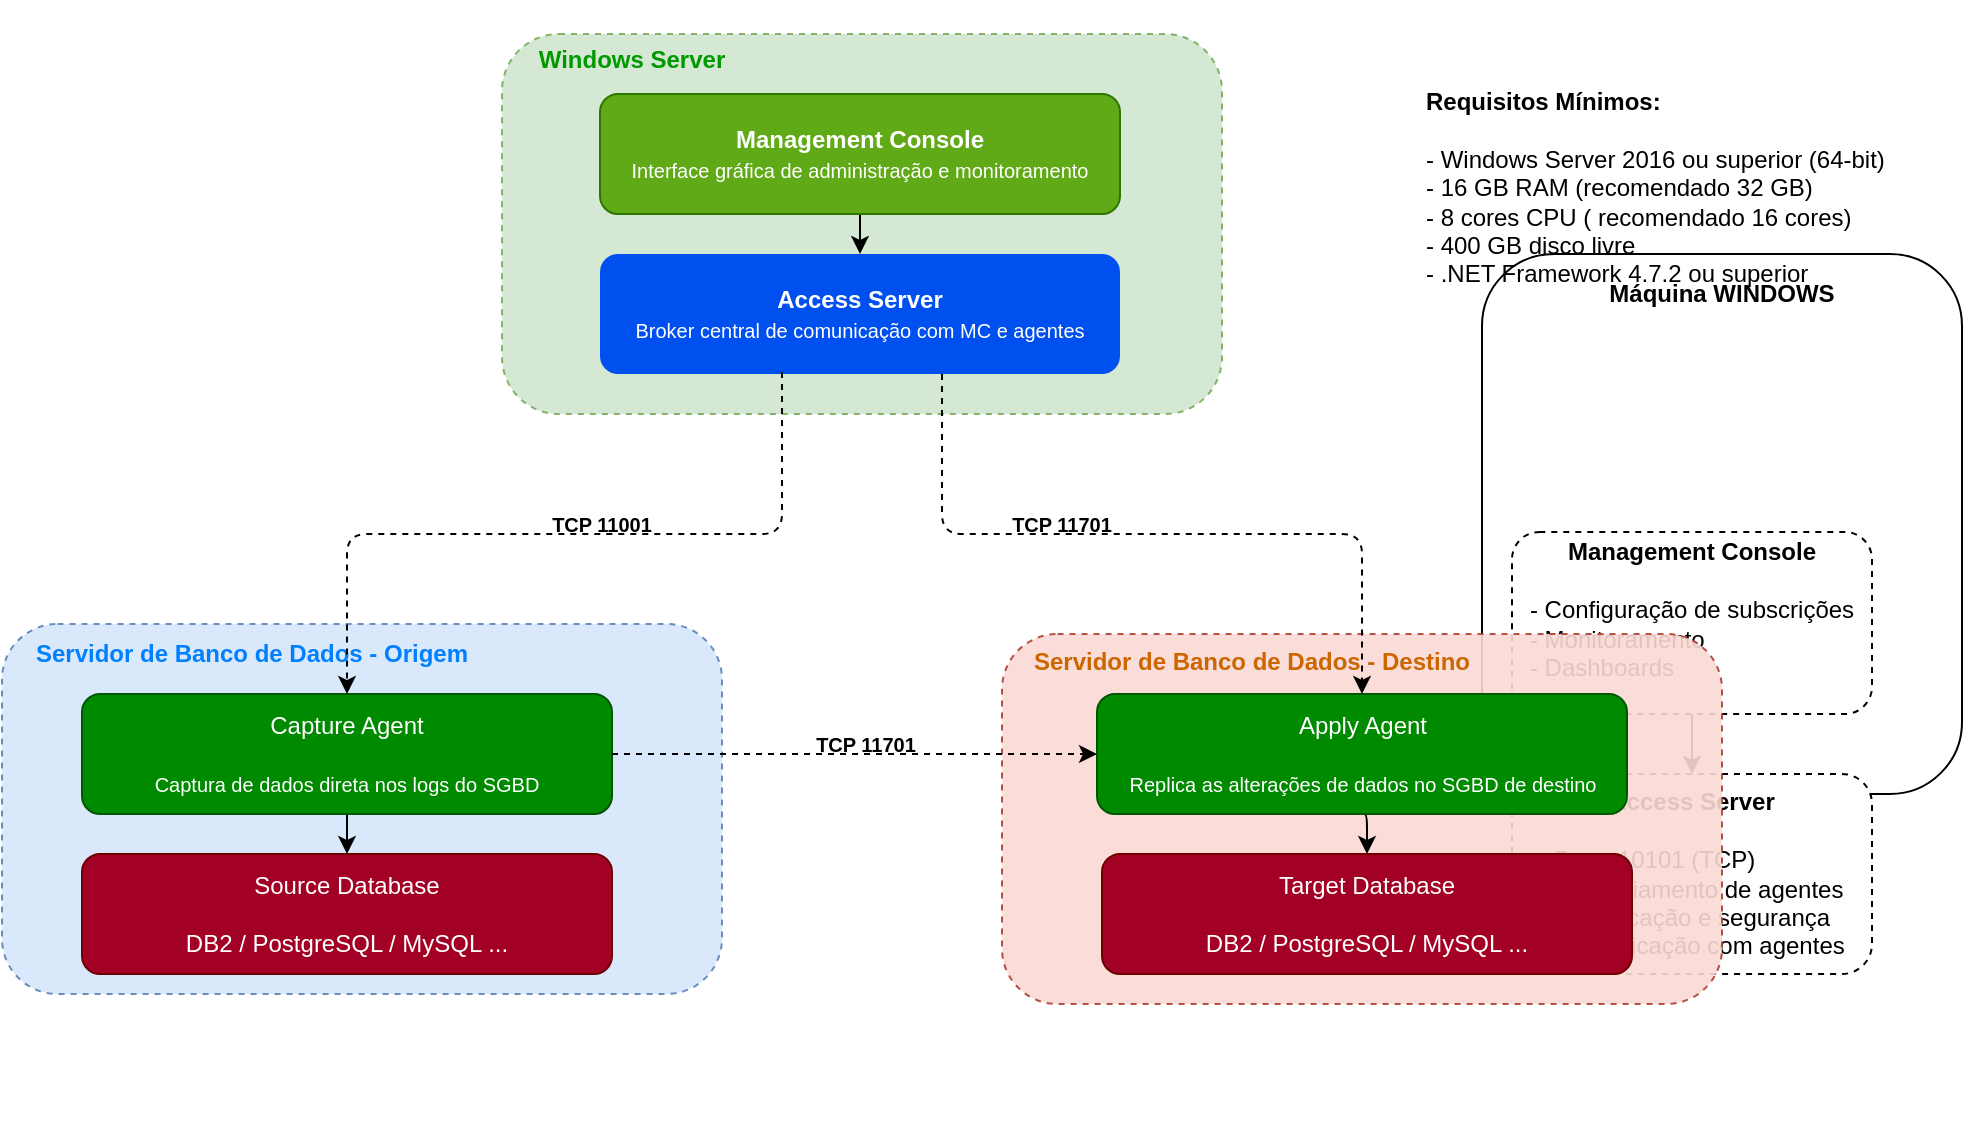
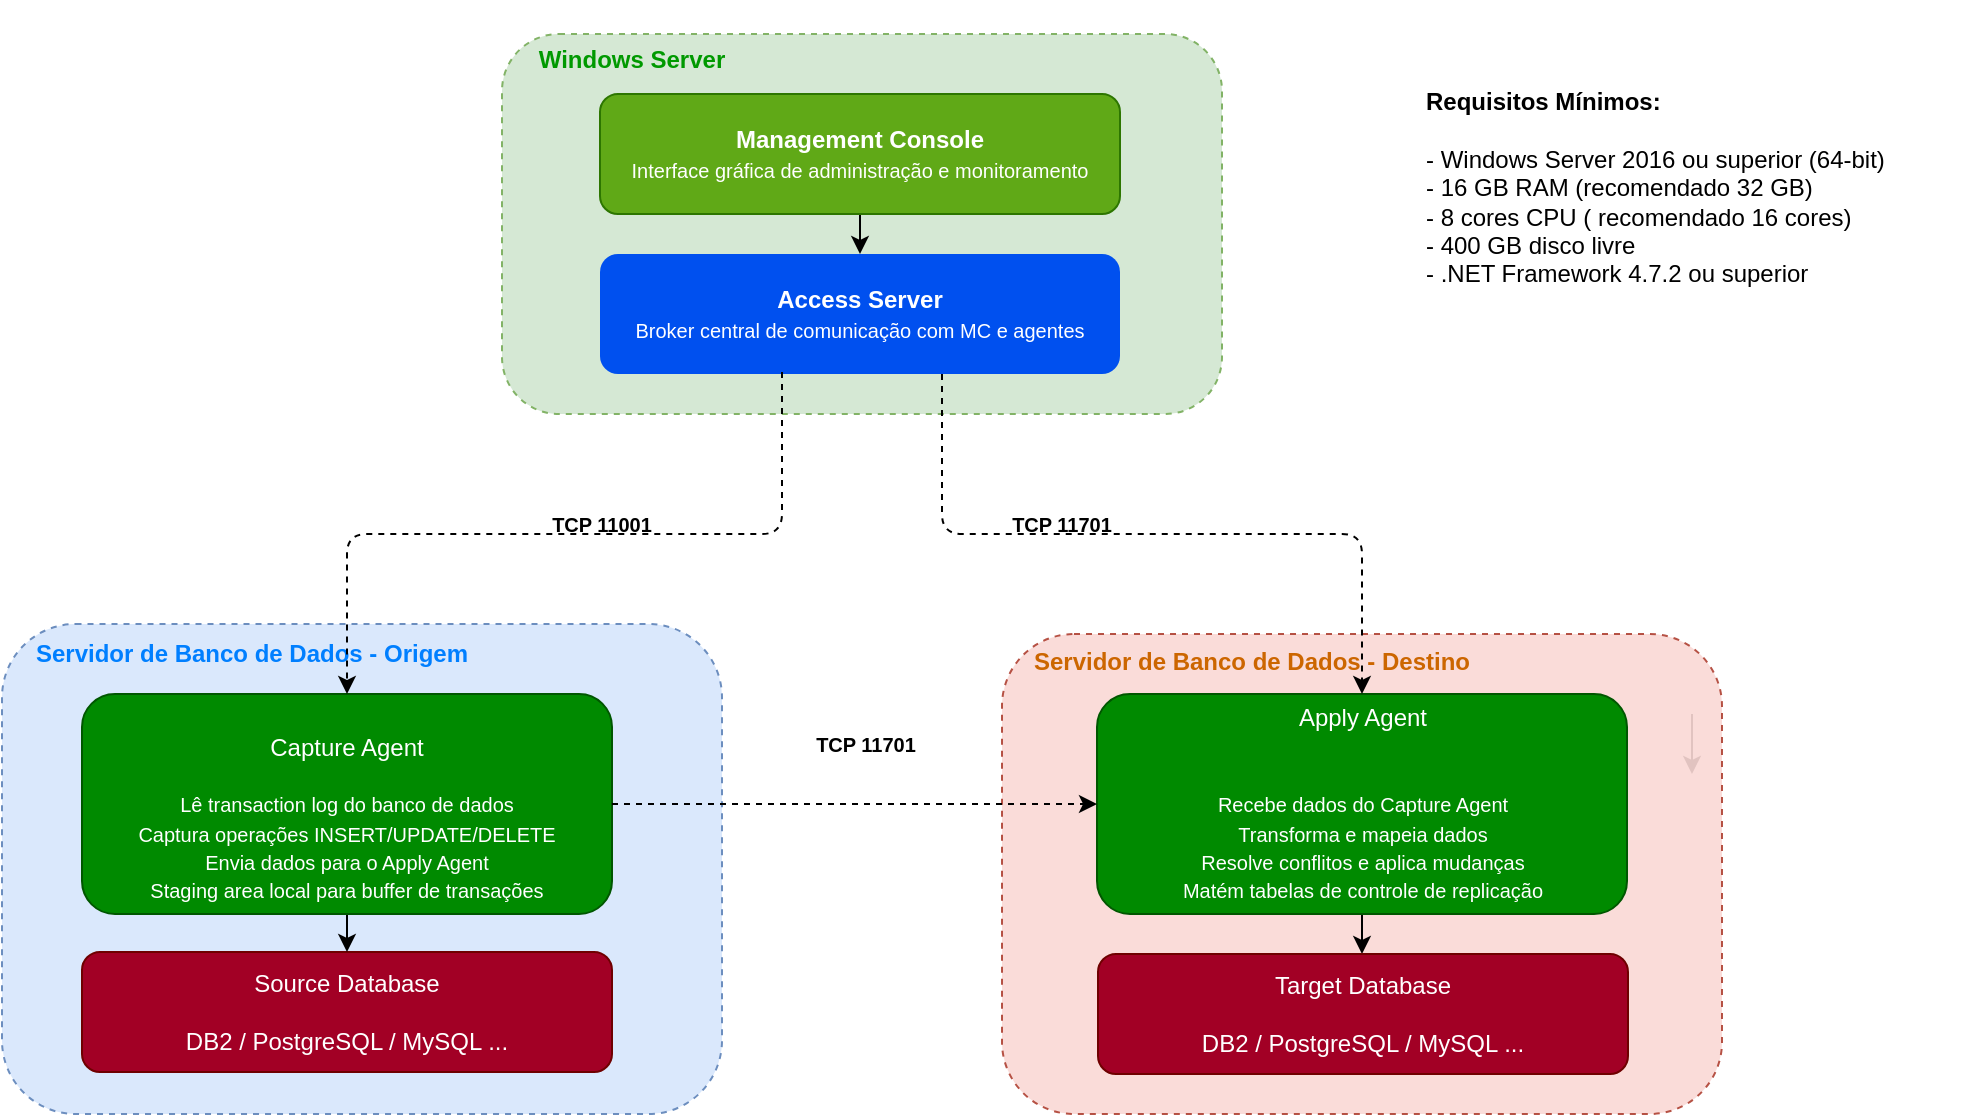
<mxfile host="app.diagrams.net">
  <diagram name="Page-1" id="ufLM51pSvgMN4Yb4cNfk">
    <mxGraphModel dx="1414" dy="766" grid="1" gridSize="10" guides="1" tooltips="1" connect="1" arrows="1" fold="1" page="1" pageScale="1" pageWidth="1169" pageHeight="827" math="0" shadow="0">
      <root>
        <mxCell id="0" />
        <mxCell id="1" parent="0" />
-         <mxCell id="JlA0C_7pM_n0fd6ZD8XW-1" parent="1" style="rounded=1;whiteSpace=wrap;html=1;" value="&lt;div&gt;&lt;b&gt;&lt;br&gt;&lt;/b&gt;&lt;/div&gt;&lt;b&gt;&lt;div&gt;&lt;b&gt;&lt;br&gt;&lt;/b&gt;&lt;/div&gt;Máquina WINDOWS&lt;/b&gt;&lt;div&gt;&lt;b&gt;&lt;br&gt;&lt;/b&gt;&lt;div&gt;&lt;div&gt;&lt;b&gt;&lt;br&gt;&lt;/b&gt;&lt;/div&gt;&lt;div&gt;&lt;b&gt;&lt;br&gt;&lt;/b&gt;&lt;/div&gt;&lt;div&gt;&lt;b&gt;&lt;br&gt;&lt;/b&gt;&lt;/div&gt;&lt;div&gt;&lt;b&gt;&lt;br&gt;&lt;/b&gt;&lt;/div&gt;&lt;div&gt;&lt;b&gt;&lt;br&gt;&lt;/b&gt;&lt;/div&gt;&lt;div&gt;&lt;b&gt;&lt;br&gt;&lt;/b&gt;&lt;/div&gt;&lt;div&gt;&lt;b&gt;&lt;br&gt;&lt;/b&gt;&lt;/div&gt;&lt;div&gt;&lt;b&gt;&lt;br&gt;&lt;/b&gt;&lt;/div&gt;&lt;div&gt;&lt;b&gt;&lt;br&gt;&lt;/b&gt;&lt;/div&gt;&lt;div&gt;&lt;b&gt;&lt;br&gt;&lt;/b&gt;&lt;/div&gt;&lt;div&gt;&lt;b&gt;&lt;br&gt;&lt;/b&gt;&lt;/div&gt;&lt;div&gt;&lt;b&gt;&lt;br&gt;&lt;/b&gt;&lt;/div&gt;&lt;div&gt;&lt;b&gt;&lt;br&gt;&lt;/b&gt;&lt;/div&gt;&lt;div&gt;&lt;b&gt;&lt;br&gt;&lt;/b&gt;&lt;/div&gt;&lt;div&gt;&lt;b&gt;&lt;br&gt;&lt;/b&gt;&lt;/div&gt;&lt;div&gt;&lt;b&gt;&lt;br&gt;&lt;/b&gt;&lt;/div&gt;&lt;div&gt;&lt;br&gt;&lt;/div&gt;&lt;/div&gt;&lt;/div&gt;" vertex="1">
-           <mxGeometry height="270" width="240" x="910" y="210" as="geometry" />
+         <mxCell id="JlA0C_7pM_n0fd6ZD8XW-12" edge="1" parent="1" style="edgeStyle=orthogonalEdgeStyle;rounded=1;orthogonalLoop=1;jettySize=auto;html=1;" value="">
+           <mxGeometry relative="1" as="geometry">
+             <mxPoint x="1015" y="440" as="sourcePoint" />
+             <mxPoint x="1015" y="470" as="targetPoint" />
+           </mxGeometry>
        </mxCell>
-         <mxCell id="JlA0C_7pM_n0fd6ZD8XW-12" edge="1" parent="1" source="JlA0C_7pM_n0fd6ZD8XW-5" style="edgeStyle=orthogonalEdgeStyle;rounded=1;orthogonalLoop=1;jettySize=auto;html=1;" target="JlA0C_7pM_n0fd6ZD8XW-8" value="">
-           <mxGeometry relative="1" as="geometry" />
-         </mxCell>
-         <mxCell id="JlA0C_7pM_n0fd6ZD8XW-5" parent="1" style="rounded=1;whiteSpace=wrap;html=1;dashed=1;" value="&lt;div&gt;&lt;br class=&quot;Apple-interchange-newline&quot;&gt;&lt;br&gt;&lt;/div&gt;&lt;div&gt;&lt;br&gt;&lt;/div&gt;&lt;div&gt;&lt;br&gt;&lt;/div&gt;&lt;b&gt;&lt;div&gt;&lt;b&gt;&lt;br&gt;&lt;/b&gt;&lt;/div&gt;Management Console&lt;/b&gt;&lt;div&gt;&lt;span style=&quot;background-color: transparent; color: light-dark(rgb(0, 0, 0), rgb(255, 255, 255)); text-align: left;&quot;&gt;&lt;br&gt;&lt;/span&gt;&lt;/div&gt;&lt;div&gt;&lt;span style=&quot;background-color: transparent; color: light-dark(rgb(0, 0, 0), rgb(255, 255, 255)); text-align: left;&quot;&gt;- Configuração de subscrições&lt;/span&gt;&lt;/div&gt;&lt;div style=&quot;text-align: left;&quot;&gt;- Monitoramento&lt;/div&gt;&lt;div style=&quot;text-align: left;&quot;&gt;- Dashboards&lt;/div&gt;&lt;div&gt;&lt;br&gt;&lt;/div&gt;&lt;div&gt;&lt;br&gt;&lt;/div&gt;&lt;div&gt;&lt;br&gt;&lt;/div&gt;&lt;div&gt;&lt;br&gt;&lt;/div&gt;&lt;div&gt;&lt;br&gt;&lt;/div&gt;&lt;div&gt;&lt;br&gt;&lt;/div&gt;" vertex="1">
-           <mxGeometry height="91" width="180" x="925" y="349" as="geometry" />
-         </mxCell>
-         <mxCell id="JlA0C_7pM_n0fd6ZD8XW-6" edge="1" parent="1" source="JlA0C_7pM_n0fd6ZD8XW-5" style="edgeStyle=orthogonalEdgeStyle;rounded=1;orthogonalLoop=1;jettySize=auto;html=1;exitX=0.5;exitY=1;exitDx=0;exitDy=0;" target="JlA0C_7pM_n0fd6ZD8XW-5">
-           <mxGeometry relative="1" as="geometry" />
-         </mxCell>
-         <mxCell id="JlA0C_7pM_n0fd6ZD8XW-8" parent="1" style="rounded=1;whiteSpace=wrap;html=1;dashed=1;" value="&lt;div&gt;&lt;br class=&quot;Apple-interchange-newline&quot;&gt;&lt;br&gt;&lt;/div&gt;&lt;div&gt;&lt;br&gt;&lt;/div&gt;&lt;div&gt;&lt;br&gt;&lt;/div&gt;&lt;div&gt;&lt;br&gt;&lt;/div&gt;&lt;b&gt;&lt;div&gt;&lt;b&gt;&lt;br&gt;&lt;/b&gt;&lt;/div&gt;Access Server&lt;br&gt;&lt;/b&gt;&lt;div&gt;&lt;br&gt;&lt;/div&gt;&lt;div style=&quot;text-align: left;&quot;&gt;- Porta 10101 (TCP)&lt;/div&gt;&lt;div style=&quot;text-align: left;&quot;&gt;- Gerenciamento de agentes&lt;/div&gt;&lt;div style=&quot;text-align: left;&quot;&gt;- Autenticação e segurança&lt;/div&gt;&lt;div style=&quot;text-align: left;&quot;&gt;- Comunicação com agentes&lt;/div&gt;&lt;div&gt;&lt;br&gt;&lt;/div&gt;&lt;div&gt;&lt;br&gt;&lt;/div&gt;&lt;div&gt;&lt;br&gt;&lt;/div&gt;&lt;div&gt;&lt;br&gt;&lt;/div&gt;&lt;div&gt;&lt;br&gt;&lt;/div&gt;&lt;div&gt;&lt;br&gt;&lt;/div&gt;" vertex="1">
-           <mxGeometry height="100" width="180" x="925" y="470" as="geometry" />
+         <mxCell id="JlA0C_7pM_n0fd6ZD8XW-6" edge="1" parent="1" style="edgeStyle=orthogonalEdgeStyle;rounded=1;orthogonalLoop=1;jettySize=auto;html=1;exitX=0.5;exitY=1;exitDx=0;exitDy=0;">
+           <mxGeometry relative="1" as="geometry">
+             <mxPoint x="1015" y="440" as="sourcePoint" />
+             <mxPoint x="1015" y="440" as="targetPoint" />
+           </mxGeometry>
        </mxCell>
        <mxCell id="JlA0C_7pM_n0fd6ZD8XW-11" parent="1" style="text;html=1;whiteSpace=wrap;strokeColor=none;fillColor=none;align=left;verticalAlign=middle;rounded=1;" value="&lt;b&gt;Requisitos Mínimos:&amp;nbsp;&lt;/b&gt;&lt;div&gt;&lt;br&gt;&lt;div&gt;- Windows Server 2016 ou superior (64-bit)&lt;/div&gt;&lt;div&gt;- 16 GB RAM (recomendado 32 GB)&lt;/div&gt;&lt;div&gt;- 8 cores CPU ( recomendado 16 cores)&lt;/div&gt;&lt;div&gt;- 400 GB disco livre&lt;/div&gt;&lt;div&gt;- .NET Framework 4.7.2 ou superior&lt;/div&gt;&lt;/div&gt;" vertex="1">
          <mxGeometry height="94" width="270" x="880" y="130" as="geometry" />
        </mxCell>
        <mxCell id="tYhzWE4TQe1GP2W0sffB-1" parent="1" style="rounded=1;whiteSpace=wrap;html=1;fillColor=#d5e8d4;strokeColor=#82b366;dashed=1;" value="" vertex="1">
          <mxGeometry height="190" width="360" x="420" y="100" as="geometry" />
        </mxCell>
        <mxCell id="tYhzWE4TQe1GP2W0sffB-25" edge="1" parent="1" source="tYhzWE4TQe1GP2W0sffB-2" style="edgeStyle=orthogonalEdgeStyle;rounded=1;orthogonalLoop=1;jettySize=auto;html=1;exitX=0.5;exitY=1;exitDx=0;exitDy=0;entryX=0.5;entryY=0;entryDx=0;entryDy=0;" target="tYhzWE4TQe1GP2W0sffB-3">
          <mxGeometry relative="1" as="geometry" />
        </mxCell>
        <mxCell id="tYhzWE4TQe1GP2W0sffB-2" parent="1" style="rounded=1;whiteSpace=wrap;html=1;fillColor=#60a917;strokeColor=#2D7600;fontColor=#ffffff;" value="&lt;b&gt;Management Console&lt;/b&gt;&lt;div&gt;&lt;font style=&quot;font-size: 10px;&quot;&gt;Interface gráfica de administração e monitoramento&lt;/font&gt;&lt;/div&gt;" vertex="1">
          <mxGeometry height="60" width="260" x="469" y="130" as="geometry" />
        </mxCell>
        <mxCell id="tYhzWE4TQe1GP2W0sffB-3" parent="1" style="rounded=1;whiteSpace=wrap;html=1;fillColor=#0050ef;fontColor=#ffffff;strokeColor=none;" value="&lt;b&gt;Access Server&lt;/b&gt;&lt;div&gt;&lt;font style=&quot;font-size: 10px;&quot;&gt;Broker central de comunicação com MC e agentes&lt;/font&gt;&lt;/div&gt;" vertex="1">
          <mxGeometry height="60" width="260" x="469" y="210" as="geometry" />
        </mxCell>
        <mxCell id="tYhzWE4TQe1GP2W0sffB-6" parent="1" style="text;html=1;whiteSpace=wrap;strokeColor=none;fillColor=none;align=center;verticalAlign=middle;rounded=1;" value="&lt;font style=&quot;color: rgb(0, 153, 0);&quot;&gt;&lt;b style=&quot;&quot;&gt;Windows Server&lt;/b&gt;&lt;/font&gt;" vertex="1">
          <mxGeometry height="60" width="100" x="435" y="83" as="geometry" />
        </mxCell>
        <mxCell id="tYhzWE4TQe1GP2W0sffB-7" parent="1" style="rounded=1;whiteSpace=wrap;html=1;fillColor=#dae8fc;strokeColor=#6c8ebf;dashed=1;" value="" vertex="1">
-           <mxGeometry height="185" width="360" x="170" y="395" as="geometry" />
+           <mxGeometry height="245" width="360" x="170" y="395" as="geometry" />
        </mxCell>
        <mxCell id="tYhzWE4TQe1GP2W0sffB-8" parent="1" style="text;html=1;whiteSpace=wrap;strokeColor=none;fillColor=none;align=center;verticalAlign=middle;rounded=1;" value="&lt;font style=&quot;color: light-dark(rgb(0, 127, 255), rgb(255, 51, 255));&quot;&gt;&lt;b style=&quot;&quot;&gt;Servidor de Banco de Dados - Origem&lt;/b&gt;&lt;/font&gt;" vertex="1">
          <mxGeometry height="60" width="250" x="170" y="380" as="geometry" />
        </mxCell>
        <mxCell id="tYhzWE4TQe1GP2W0sffB-10" parent="1" style="rounded=1;whiteSpace=wrap;html=1;fillColor=#a20025;fontColor=#ffffff;strokeColor=#6F0000;" value="Source Database&lt;div&gt;&lt;br&gt;&lt;/div&gt;&lt;div&gt;DB2 / PostgreSQL / MySQL ...&lt;/div&gt;" vertex="1">
-           <mxGeometry height="60" width="265" x="210" y="510" as="geometry" />
+           <mxGeometry height="60" width="265" x="210" y="559" as="geometry" />
        </mxCell>
        <mxCell id="tYhzWE4TQe1GP2W0sffB-16" edge="1" parent="1" source="tYhzWE4TQe1GP2W0sffB-12" style="edgeStyle=orthogonalEdgeStyle;rounded=1;orthogonalLoop=1;jettySize=auto;html=1;exitX=0.5;exitY=1;exitDx=0;exitDy=0;entryX=0.5;entryY=0;entryDx=0;entryDy=0;" target="tYhzWE4TQe1GP2W0sffB-10">
          <mxGeometry relative="1" as="geometry" />
        </mxCell>
-         <mxCell id="tYhzWE4TQe1GP2W0sffB-12" parent="1" style="rounded=1;whiteSpace=wrap;html=1;fillColor=#008a00;fontColor=#ffffff;strokeColor=#005700;" value="&lt;div&gt;&lt;br&gt;&lt;/div&gt;Capture Agent&lt;div&gt;&lt;br&gt;&lt;div&gt;&lt;font style=&quot;font-size: 10px;&quot;&gt;Captura de dados direta nos logs do SGBD&lt;/font&gt;&lt;/div&gt;&lt;div&gt;&lt;br&gt;&lt;/div&gt;&lt;/div&gt;" vertex="1">
-           <mxGeometry height="60" width="265" x="210" y="430" as="geometry" />
+         <mxCell id="tYhzWE4TQe1GP2W0sffB-12" parent="1" style="rounded=1;whiteSpace=wrap;html=1;fillColor=#008a00;fontColor=#ffffff;strokeColor=#005700;" value="&lt;div&gt;&lt;br&gt;&lt;/div&gt;Capture Agent&lt;div&gt;&lt;br&gt;&lt;div&gt;&lt;span style=&quot;font-size: 10px;&quot;&gt;Lê transaction log do banco de dados&lt;/span&gt;&lt;/div&gt;&lt;/div&gt;&lt;div&gt;&lt;span style=&quot;font-size: 10px;&quot;&gt;Captura operações INSERT/UPDATE/DELETE&lt;/span&gt;&lt;/div&gt;&lt;div&gt;&lt;span style=&quot;font-size: 10px;&quot;&gt;Envia dados para o Apply Agent&lt;/span&gt;&lt;/div&gt;&lt;div&gt;&lt;span style=&quot;font-size: 10px;&quot;&gt;Staging area local para buffer de transações&lt;/span&gt;&lt;/div&gt;" vertex="1">
+           <mxGeometry height="110" width="265" x="210" y="430" as="geometry" />
        </mxCell>
        <mxCell id="tYhzWE4TQe1GP2W0sffB-14" edge="1" parent="1" source="tYhzWE4TQe1GP2W0sffB-3" style="edgeStyle=orthogonalEdgeStyle;rounded=1;orthogonalLoop=1;jettySize=auto;html=1;dashed=1;exitX=0.35;exitY=0.983;exitDx=0;exitDy=0;exitPerimeter=0;" target="tYhzWE4TQe1GP2W0sffB-12">
          <mxGeometry relative="1" as="geometry" />
        </mxCell>
        <mxCell id="tYhzWE4TQe1GP2W0sffB-15" parent="1" style="text;html=1;whiteSpace=wrap;strokeColor=none;fillColor=none;align=center;verticalAlign=middle;rounded=0;" value="&lt;font style=&quot;font-size: 10px;&quot;&gt;&lt;b&gt;TCP 11001&lt;/b&gt;&lt;/font&gt;" vertex="1">
          <mxGeometry height="30" width="100" x="420" y="330" as="geometry" />
        </mxCell>
        <mxCell id="tYhzWE4TQe1GP2W0sffB-17" parent="1" style="rounded=1;whiteSpace=wrap;html=1;fillColor=#fad9d5;strokeColor=#ae4132;dashed=1;opacity=90;" value="" vertex="1">
-           <mxGeometry height="185" width="360" x="670" y="400" as="geometry" />
+           <mxGeometry height="240" width="360" x="670" y="400" as="geometry" />
        </mxCell>
-         <mxCell id="tYhzWE4TQe1GP2W0sffB-21" edge="1" parent="1" source="tYhzWE4TQe1GP2W0sffB-18" style="edgeStyle=orthogonalEdgeStyle;rounded=1;orthogonalLoop=1;jettySize=auto;html=1;exitX=0.5;exitY=1;exitDx=0;exitDy=0;entryX=0.5;entryY=0;entryDx=0;entryDy=0;" target="tYhzWE4TQe1GP2W0sffB-19">
+         <mxCell id="tYhzWE4TQe1GP2W0sffB-31" edge="1" parent="1" source="tYhzWE4TQe1GP2W0sffB-18" style="edgeStyle=orthogonalEdgeStyle;rounded=0;orthogonalLoop=1;jettySize=auto;html=1;" target="tYhzWE4TQe1GP2W0sffB-19" value="">
          <mxGeometry relative="1" as="geometry" />
        </mxCell>
-         <mxCell id="tYhzWE4TQe1GP2W0sffB-18" parent="1" style="rounded=1;whiteSpace=wrap;html=1;fillColor=#008a00;fontColor=#ffffff;strokeColor=#005700;" value="&lt;div&gt;&lt;br&gt;&lt;/div&gt;Apply Agent&lt;div&gt;&lt;br&gt;&lt;div&gt;&lt;span style=&quot;font-size: 10px;&quot;&gt;Replica as alterações de dados no SGBD de destino&lt;/span&gt;&lt;/div&gt;&lt;div&gt;&lt;br&gt;&lt;/div&gt;&lt;/div&gt;" vertex="1">
-           <mxGeometry height="60" width="265" x="717.5" y="430" as="geometry" />
+         <mxCell id="tYhzWE4TQe1GP2W0sffB-18" parent="1" style="rounded=1;whiteSpace=wrap;html=1;fillColor=#008a00;fontColor=#ffffff;strokeColor=#005700;" value="&lt;div&gt;&lt;br&gt;&lt;/div&gt;Apply Agent&lt;div&gt;&lt;br&gt;&lt;/div&gt;&lt;div&gt;&lt;br&gt;&lt;div&gt;&lt;span style=&quot;font-size: 10px;&quot;&gt;Recebe dados do Capture Agent&lt;/span&gt;&lt;/div&gt;&lt;div&gt;&lt;span style=&quot;font-size: 10px;&quot;&gt;Transforma e mapeia dados&lt;/span&gt;&lt;/div&gt;&lt;div&gt;&lt;span style=&quot;font-size: 10px;&quot;&gt;Resolve conflitos e aplica mudanças&lt;/span&gt;&lt;/div&gt;&lt;div&gt;&lt;span style=&quot;font-size: 10px;&quot;&gt;Matém tabelas de controle de replicação&lt;/span&gt;&lt;/div&gt;&lt;div&gt;&lt;br&gt;&lt;/div&gt;&lt;/div&gt;" vertex="1">
+           <mxGeometry height="110" width="265" x="717.5" y="430" as="geometry" />
        </mxCell>
        <mxCell id="tYhzWE4TQe1GP2W0sffB-19" parent="1" style="rounded=1;whiteSpace=wrap;html=1;fillColor=#a20025;fontColor=#ffffff;strokeColor=#6F0000;" value="Target Database&lt;div&gt;&lt;br&gt;&lt;/div&gt;&lt;div&gt;DB2 / PostgreSQL / MySQL ...&lt;/div&gt;" vertex="1">
-           <mxGeometry height="60" width="265" x="720" y="510" as="geometry" />
+           <mxGeometry height="60" width="265" x="718" y="560" as="geometry" />
        </mxCell>
        <mxCell id="tYhzWE4TQe1GP2W0sffB-23" parent="1" style="text;html=1;whiteSpace=wrap;strokeColor=none;fillColor=none;align=center;verticalAlign=middle;rounded=0;" value="&lt;font style=&quot;font-size: 10px;&quot;&gt;&lt;b&gt;TCP 11701&lt;/b&gt;&lt;/font&gt;" vertex="1">
          <mxGeometry height="30" width="100" x="650" y="330" as="geometry" />
        </mxCell>
        <mxCell id="tYhzWE4TQe1GP2W0sffB-22" edge="1" parent="1" style="edgeStyle=orthogonalEdgeStyle;rounded=1;orthogonalLoop=1;jettySize=auto;html=1;entryX=0.5;entryY=0;entryDx=0;entryDy=0;dashed=1;" target="tYhzWE4TQe1GP2W0sffB-18">
          <mxGeometry relative="1" as="geometry">
            <Array as="points">
              <mxPoint x="640" y="350" />
              <mxPoint x="850" y="350" />
            </Array>
            <mxPoint x="640" y="270" as="sourcePoint" />
          </mxGeometry>
        </mxCell>
        <mxCell id="tYhzWE4TQe1GP2W0sffB-24" parent="1" style="text;html=1;whiteSpace=wrap;strokeColor=none;fillColor=none;align=center;verticalAlign=middle;rounded=1;" value="&lt;font style=&quot;color: rgb(204, 102, 0);&quot;&gt;&lt;b style=&quot;&quot;&gt;Servidor de Banco de Dados - Destino&lt;/b&gt;&lt;/font&gt;" vertex="1">
          <mxGeometry height="60" width="250" x="670" y="384" as="geometry" />
        </mxCell>
        <mxCell id="tYhzWE4TQe1GP2W0sffB-27" edge="1" parent="1" source="tYhzWE4TQe1GP2W0sffB-12" style="edgeStyle=orthogonalEdgeStyle;rounded=0;orthogonalLoop=1;jettySize=auto;html=1;exitX=1;exitY=0.5;exitDx=0;exitDy=0;entryX=0;entryY=0.5;entryDx=0;entryDy=0;dashed=1;" target="tYhzWE4TQe1GP2W0sffB-18">
          <mxGeometry relative="1" as="geometry" />
        </mxCell>
        <mxCell id="tYhzWE4TQe1GP2W0sffB-28" parent="1" style="text;html=1;whiteSpace=wrap;strokeColor=none;fillColor=none;align=center;verticalAlign=middle;rounded=0;" value="&lt;font style=&quot;font-size: 10px;&quot;&gt;&lt;b&gt;TCP 11701&lt;/b&gt;&lt;/font&gt;" vertex="1">
          <mxGeometry height="30" width="100" x="552" y="440" as="geometry" />
        </mxCell>
      </root>
    </mxGraphModel>
  </diagram>
</mxfile>
